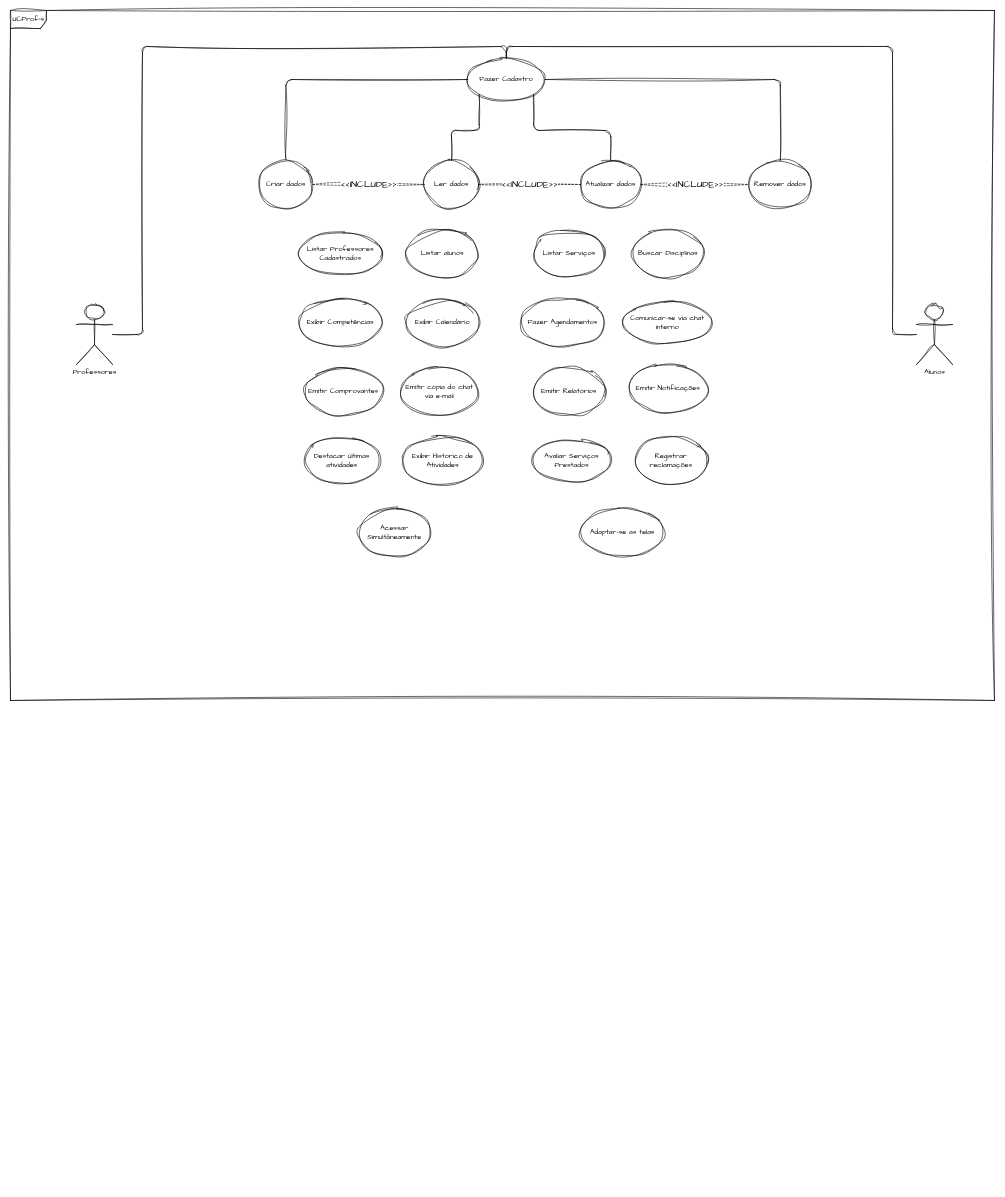
The draw.io diagram Caso de Uso.drawio in gabi-lessa/AnaliseProjetoSistemas, before the edit. Source tidied: cells renumbered, new cells numbered last; positions are measured from the earlier drawing's top-left corner, leaving out a move shared by most shapes. Both pictures are drawn from the tidied source at 60%, with x=0, y=0 at pixel (10, 10).
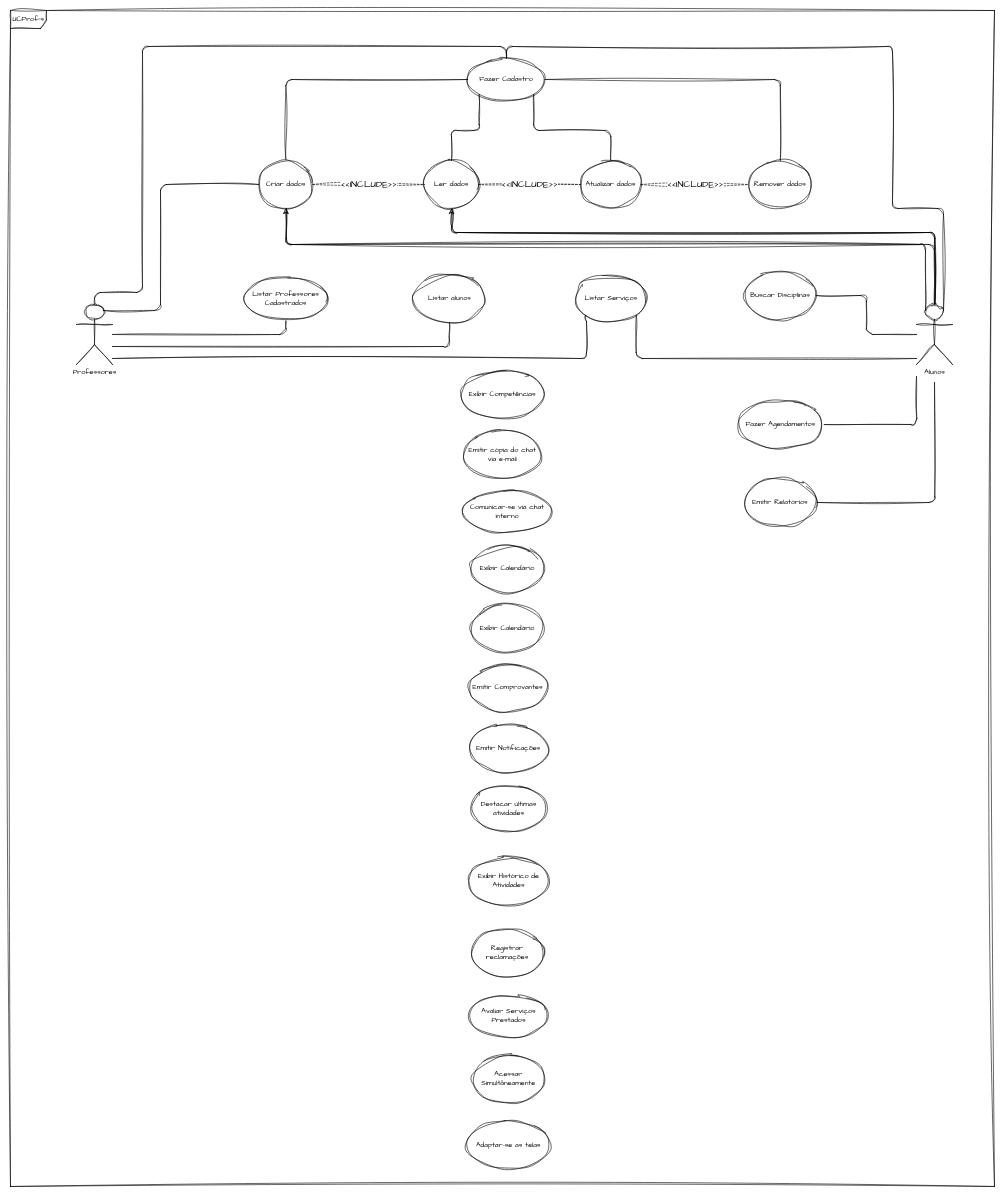
After the change.

Unchanged cells that the change refers to:
```xml
<mxCell id="3" value="Professores" style="shape=umlActor;verticalLabelPosition=bottom;verticalAlign=top;html=1;outlineConnect=0;fontFamily=Architects Daughter;rounded=1;sketch=1;curveFitting=1;jiggle=2;" parent="1" vertex="1">
  <mxGeometry x="110" y="490" width="60" height="100" as="geometry" />
</mxCell>
<mxCell id="5" value="Fazer Cadastro" style="ellipse;whiteSpace=wrap;html=1;fontFamily=Architects Daughter;rounded=1;sketch=1;curveFitting=1;jiggle=2;" parent="1" vertex="1">
  <mxGeometry x="762" y="80" width="129" height="70" as="geometry" />
</mxCell>
<mxCell id="25" value="Ler dados" style="ellipse;whiteSpace=wrap;html=1;fontFamily=Architects Daughter;rounded=1;sketch=1;curveFitting=1;jiggle=2;" parent="1" vertex="1">
  <mxGeometry x="690" y="250" width="90" height="80" as="geometry" />
</mxCell>
<mxCell id="31" value="Criar dados" style="ellipse;whiteSpace=wrap;html=1;fontFamily=Architects Daughter;rounded=1;sketch=1;curveFitting=1;jiggle=2;" parent="1" vertex="1">
  <mxGeometry x="414" y="250" width="90" height="80" as="geometry" />
</mxCell>
<mxCell id="33" value="Alunos" style="shape=umlActor;verticalLabelPosition=bottom;verticalAlign=top;html=1;outlineConnect=0;fontFamily=Architects Daughter;rounded=1;sketch=1;curveFitting=1;jiggle=2;" parent="1" vertex="1">
  <mxGeometry x="1510" y="490" width="60" height="100" as="geometry" />
</mxCell>
```

What changed in the source:
```diff
@@
     <mxCell id="2" value="UCProfºs" style="shape=umlFrame;whiteSpace=wrap;html=1;rounded=1;sketch=1;curveFitting=1;jiggle=2;fontFamily=Architects Daughter;" parent="1" vertex="1">
-      <mxGeometry width="1640" height="1150" as="geometry" />
+      <mxGeometry width="1640" height="1960" as="geometry" />
     </mxCell>
+    <mxCell id="37" style="edgeStyle=orthogonalEdgeStyle;rounded=1;sketch=1;hachureGap=4;jiggle=2;curveFitting=1;jettySize=auto;html=1;entryX=0.5;entryY=1;entryDx=0;entryDy=0;fontFamily=Architects Daughter;fontSize=16;endArrow=none;endFill=0;" parent="1" edge="1" source="3" target="6">
+      <mxGeometry relative="1" as="geometry">
+        <Array as="points">
+          <mxPoint x="459" y="540" />
+        </Array>
+      </mxGeometry>
+    </mxCell>
+    <mxCell id="38" style="edgeStyle=orthogonalEdgeStyle;rounded=1;sketch=1;hachureGap=4;jiggle=2;curveFitting=1;jettySize=auto;html=1;entryX=0.5;entryY=1;entryDx=0;entryDy=0;fontFamily=Architects Daughter;fontSize=16;endArrow=none;endFill=0;" parent="1" edge="1" source="3" target="20">
+      <mxGeometry relative="1" as="geometry">
+        <Array as="points">
+          <mxPoint x="732" y="560" />
+        </Array>
+      </mxGeometry>
+    </mxCell>
+    <mxCell id="39" style="edgeStyle=orthogonalEdgeStyle;rounded=1;sketch=1;hachureGap=4;jiggle=2;curveFitting=1;jettySize=auto;html=1;entryX=0;entryY=1;entryDx=0;entryDy=0;fontFamily=Architects Daughter;fontSize=16;endArrow=none;endFill=0;" parent="1" edge="1" target="13">
+      <mxGeometry relative="1" as="geometry">
+        <mxPoint x="170" y="580" as="sourcePoint" />
+        <Array as="points">
+          <mxPoint x="170" y="580" />
+          <mxPoint x="960" y="580" />
+          <mxPoint x="960" y="508" />
+        </Array>
+      </mxGeometry>
+    </mxCell>
@@
-    <mxCell id="4" style="edgeStyle=orthogonalEdgeStyle;rounded=1;jettySize=auto;html=1;entryX=0.5;entryY=0;entryDx=0;entryDy=0;endArrow=none;endFill=0;sketch=1;curveFitting=1;jiggle=2;" parent="1" edge="1" source="33" target="5">
+    <mxCell id="4" style="edgeStyle=orthogonalEdgeStyle;rounded=1;jettySize=auto;html=1;entryX=0.5;entryY=0;entryDx=0;entryDy=0;endArrow=none;endFill=0;sketch=1;curveFitting=1;jiggle=2;exitX=0.75;exitY=0.1;exitDx=0;exitDy=0;exitPerimeter=0;" parent="1" edge="1" source="33" target="5">
       <mxGeometry relative="1" as="geometry">
         <Array as="points">
-          <mxPoint x="1470" y="540" />
+          <mxPoint x="1555" y="330" />
+          <mxPoint x="1470" y="330" />
           <mxPoint x="1470" y="60" />
           <mxPoint x="827" y="60" />
         </Array>
       </mxGeometry>
     </mxCell>
@@
     <mxCell id="6" value="Listar Professores Cadastrados" style="ellipse;whiteSpace=wrap;html=1;fontFamily=Architects Daughter;rounded=1;sketch=1;curveFitting=1;jiggle=2;" parent="1" vertex="1">
-      <mxGeometry x="480" y="370" width="140" height="70" as="geometry" />
+      <mxGeometry x="389" y="445" width="140" height="70" as="geometry" />
     </mxCell>
     <mxCell id="7" value="Avaliar Serviços Prestados" style="ellipse;whiteSpace=wrap;html=1;fontFamily=Architects Daughter;rounded=1;sketch=1;curveFitting=1;jiggle=2;" parent="1" vertex="1">
-      <mxGeometry x="870" y="715" width="131" height="70" as="geometry" />
+      <mxGeometry x="764.5" y="1641" width="131" height="70" as="geometry" />
     </mxCell>
     <mxCell id="8" value="Comunicar-se via chat interno" style="ellipse;whiteSpace=wrap;html=1;fontFamily=Architects Daughter;rounded=1;sketch=1;curveFitting=1;jiggle=2;" parent="1" vertex="1">
-      <mxGeometry x="1020" y="485" width="150" height="70" as="geometry" />
+      <mxGeometry x="753" y="800" width="150" height="70" as="geometry" />
     </mxCell>
     <mxCell id="9" value="Exibir Calendário" style="ellipse;whiteSpace=wrap;html=1;fontFamily=Architects Daughter;rounded=1;sketch=1;curveFitting=1;jiggle=2;" parent="1" vertex="1">
-      <mxGeometry x="660" y="480" width="120" height="80" as="geometry" />
+      <mxGeometry x="768" y="890" width="120" height="80" as="geometry" />
     </mxCell>
     <mxCell id="10" value="Exibir Competências" style="ellipse;whiteSpace=wrap;html=1;fontFamily=Architects Daughter;rounded=1;sketch=1;curveFitting=1;jiggle=2;" parent="1" vertex="1">
-      <mxGeometry x="480" y="480" width="140" height="80" as="geometry" />
+      <mxGeometry x="750" y="600" width="140" height="80" as="geometry" />
     </mxCell>
+    <mxCell id="40" style="edgeStyle=orthogonalEdgeStyle;rounded=1;sketch=1;hachureGap=4;jiggle=2;curveFitting=1;jettySize=auto;html=1;fontFamily=Architects Daughter;fontSize=16;endArrow=none;endFill=0;" parent="1" edge="1" source="11">
+      <mxGeometry relative="1" as="geometry">
+        <mxPoint x="1540" y="620" as="targetPoint" />
+      </mxGeometry>
+    </mxCell>
     <mxCell id="11" value="Emitir Relatórios" style="ellipse;whiteSpace=wrap;html=1;fontFamily=Architects Daughter;rounded=1;sketch=1;curveFitting=1;jiggle=2;" parent="1" vertex="1">
-      <mxGeometry x="871" y="595" width="120" height="80" as="geometry" />
+      <mxGeometry x="1223" y="780" width="120" height="80" as="geometry" />
     </mxCell>
+    <mxCell id="41" style="edgeStyle=orthogonalEdgeStyle;rounded=1;sketch=1;hachureGap=4;jiggle=2;curveFitting=1;jettySize=auto;html=1;fontFamily=Architects Daughter;fontSize=16;endArrow=none;endFill=0;" parent="1" edge="1" source="12">
+      <mxGeometry relative="1" as="geometry">
+        <mxPoint x="1510" y="610" as="targetPoint" />
+      </mxGeometry>
+    </mxCell>
     <mxCell id="12" value="Fazer Agendamentos" style="ellipse;whiteSpace=wrap;html=1;fontFamily=Architects Daughter;rounded=1;sketch=1;curveFitting=1;jiggle=2;" parent="1" vertex="1">
-      <mxGeometry x="850" y="480" width="141" height="80" as="geometry" />
+      <mxGeometry x="1212.5" y="650" width="141" height="80" as="geometry" />
     </mxCell>
     <mxCell id="13" value="Listar Serviços" style="ellipse;whiteSpace=wrap;html=1;fontFamily=Architects Daughter;rounded=1;sketch=1;curveFitting=1;jiggle=2;" parent="1" vertex="1">
-      <mxGeometry x="871" y="365" width="120" height="80" as="geometry" />
+      <mxGeometry x="940.5" y="440" width="120" height="80" as="geometry" />
     </mxCell>
     <mxCell id="14" value="Emitir Comprovantes" style="ellipse;whiteSpace=wrap;html=1;fontFamily=Architects Daughter;rounded=1;sketch=1;curveFitting=1;jiggle=2;" parent="1" vertex="1">
-      <mxGeometry x="490" y="595" width="130" height="80" as="geometry" />
+      <mxGeometry x="764" y="1089" width="130" height="80" as="geometry" />
     </mxCell>
     <mxCell id="15" value="Buscar Disciplinas" style="ellipse;whiteSpace=wrap;html=1;fontFamily=Architects Daughter;rounded=1;sketch=1;curveFitting=1;jiggle=2;" parent="1" vertex="1">
-      <mxGeometry x="1036" y="365" width="120" height="80" as="geometry" />
+      <mxGeometry x="1223" y="435" width="120" height="80" as="geometry" />
     </mxCell>
-    <mxCell id="16" value="Emitir Notificações" style="ellipse;whiteSpace=wrap;html=1;fontFamily=Architects Daughter;rounded=1;sketch=1;curveFitting=1;jiggle=2;" parent="1" vertex="1">
-      <mxGeometry x="1030" y="590" width="132" height="80" as="geometry" />
-    </mxCell>
     <mxCell id="17" value="Exibir Histórico de Atividades" style="ellipse;whiteSpace=wrap;html=1;fontFamily=Architects Daughter;rounded=1;sketch=1;curveFitting=1;jiggle=2;" parent="1" vertex="1">
-      <mxGeometry x="652.8" y="710" width="134.5" height="80" as="geometry" />
+      <mxGeometry x="762.8" y="1411" width="134.5" height="80" as="geometry" />
     </mxCell>
     <mxCell id="18" value="Acessar Simultâneamente" style="ellipse;whiteSpace=wrap;html=1;fontFamily=Architects Daughter;rounded=1;sketch=1;curveFitting=1;jiggle=2;" parent="1" vertex="1">
-      <mxGeometry x="580" y="830" width="120" height="80" as="geometry" />
+      <mxGeometry x="770" y="1741" width="120" height="80" as="geometry" />
     </mxCell>
     <mxCell id="19" value="Adaptar-se as telas" style="ellipse;whiteSpace=wrap;html=1;fontFamily=Architects Daughter;rounded=1;sketch=1;curveFitting=1;jiggle=2;" parent="1" vertex="1">
-      <mxGeometry x="950" y="830" width="140" height="80" as="geometry" />
+      <mxGeometry x="760" y="1851" width="140" height="80" as="geometry" />
     </mxCell>
     <mxCell id="20" value="Listar alunos" style="ellipse;whiteSpace=wrap;html=1;fontFamily=Architects Daughter;rounded=1;sketch=1;curveFitting=1;jiggle=2;" parent="1" vertex="1">
-      <mxGeometry x="660" y="365" width="120" height="80" as="geometry" />
+      <mxGeometry x="671.5" y="440" width="120" height="80" as="geometry" />
     </mxCell>
     <mxCell id="21" value="Registrar reclamações" style="ellipse;whiteSpace=wrap;html=1;fontFamily=Architects Daughter;rounded=1;sketch=1;curveFitting=1;jiggle=2;" parent="1" vertex="1">
-      <mxGeometry x="1040" y="710" width="122" height="80" as="geometry" />
+      <mxGeometry x="767" y="1531" width="122" height="80" as="geometry" />
     </mxCell>
     <mxCell id="22" value="Destacar últimas atividades" style="ellipse;whiteSpace=wrap;html=1;fontFamily=Architects Daughter;rounded=1;sketch=1;curveFitting=1;jiggle=2;" parent="1" vertex="1">
-      <mxGeometry x="490" y="710" width="125" height="80" as="geometry" />
+      <mxGeometry x="767.5" y="1290" width="125" height="80" as="geometry" />
     </mxCell>
     <mxCell id="23" value="Emitir cópia do chat via e-mail" style="ellipse;whiteSpace=wrap;html=1;fontFamily=Architects Daughter;rounded=1;sketch=1;curveFitting=1;jiggle=2;" parent="1" vertex="1">
-      <mxGeometry x="650" y="595" width="130" height="80" as="geometry" />
+      <mxGeometry x="755" y="700" width="130" height="80" as="geometry" />
     </mxCell>
@@
+    <mxCell id="42" style="edgeStyle=orthogonalEdgeStyle;rounded=1;sketch=1;hachureGap=4;jiggle=2;curveFitting=1;jettySize=auto;html=1;entryX=0.75;entryY=0.1;entryDx=0;entryDy=0;entryPerimeter=0;fontFamily=Architects Daughter;fontSize=16;endArrow=none;endFill=0;" parent="1" edge="1" source="31" target="3">
+      <mxGeometry relative="1" as="geometry">
+        <Array as="points">
+          <mxPoint x="250" y="290" />
+          <mxPoint x="250" y="500" />
+        </Array>
+      </mxGeometry>
+    </mxCell>
@@
-    <mxCell id="32" style="edgeStyle=orthogonalEdgeStyle;rounded=1;jettySize=auto;html=1;entryX=0.5;entryY=0;entryDx=0;entryDy=0;endArrow=none;endFill=0;sketch=1;curveFitting=1;jiggle=2;" parent="1" edge="1" source="3" target="5">
+    <mxCell id="32" style="edgeStyle=orthogonalEdgeStyle;rounded=1;jettySize=auto;html=1;entryX=0.5;entryY=0;entryDx=0;entryDy=0;endArrow=none;endFill=0;sketch=1;curveFitting=1;jiggle=2;exitX=0.5;exitY=0;exitDx=0;exitDy=0;exitPerimeter=0;" parent="1" edge="1" source="3" target="5">
       <mxGeometry relative="1" as="geometry">
         <Array as="points">
-          <mxPoint x="220" y="540" />
+          <mxPoint x="140" y="470" />
+          <mxPoint x="220" y="470" />
           <mxPoint x="220" y="60" />
           <mxPoint x="827" y="60" />
         </Array>
       </mxGeometry>
     </mxCell>
+    <mxCell id="43" style="edgeStyle=orthogonalEdgeStyle;rounded=1;sketch=1;hachureGap=4;jiggle=2;curveFitting=1;jettySize=auto;html=1;entryX=1;entryY=1;entryDx=0;entryDy=0;fontFamily=Architects Daughter;fontSize=16;endArrow=none;endFill=0;" parent="1" edge="1" source="33" target="13">
+      <mxGeometry relative="1" as="geometry">
+        <Array as="points">
+          <mxPoint x="1043" y="580" />
+        </Array>
+      </mxGeometry>
+    </mxCell>
+    <mxCell id="44" style="edgeStyle=orthogonalEdgeStyle;rounded=1;sketch=1;hachureGap=4;jiggle=2;curveFitting=1;jettySize=auto;html=1;entryX=0.5;entryY=1;entryDx=0;entryDy=0;fontFamily=Architects Daughter;fontSize=16;" parent="1" edge="1" source="33" target="31">
+      <mxGeometry relative="1" as="geometry">
+        <Array as="points">
+          <mxPoint x="1540" y="390" />
+          <mxPoint x="459" y="390" />
+        </Array>
+      </mxGeometry>
+    </mxCell>
+    <mxCell id="45" style="edgeStyle=orthogonalEdgeStyle;rounded=1;sketch=1;hachureGap=4;jiggle=2;curveFitting=1;jettySize=auto;html=1;entryX=0.5;entryY=1;entryDx=0;entryDy=0;fontFamily=Architects Daughter;fontSize=16;" parent="1" edge="1" source="33" target="25">
+      <mxGeometry relative="1" as="geometry">
+        <Array as="points">
+          <mxPoint x="1540" y="370" />
+          <mxPoint x="735" y="370" />
+        </Array>
+      </mxGeometry>
+    </mxCell>
+    <mxCell id="46" style="edgeStyle=orthogonalEdgeStyle;rounded=1;sketch=1;hachureGap=4;jiggle=2;curveFitting=1;jettySize=auto;html=1;entryX=1;entryY=0.5;entryDx=0;entryDy=0;fontFamily=Architects Daughter;fontSize=16;endArrow=none;endFill=0;" parent="1" edge="1" source="33" target="15">
+      <mxGeometry relative="1" as="geometry" />
+    </mxCell>
@@
+    <mxCell id="47" style="edgeStyle=orthogonalEdgeStyle;rounded=1;sketch=1;hachureGap=4;jiggle=2;curveFitting=1;orthogonalLoop=1;jettySize=auto;html=1;entryX=0.5;entryY=1;entryDx=0;entryDy=0;fontFamily=Architects Daughter;fontSize=16;endArrow=none;endFill=0;" parent="1" edge="1">
+      <mxGeometry relative="1" as="geometry">
+        <mxPoint x="1541" y="490" as="sourcePoint" />
+        <mxPoint x="736" y="330" as="targetPoint" />
+        <Array as="points">
+          <mxPoint x="1541" y="370" />
+          <mxPoint x="736" y="370" />
+        </Array>
+      </mxGeometry>
+    </mxCell>
+    <mxCell id="48" style="edgeStyle=orthogonalEdgeStyle;rounded=1;sketch=1;hachureGap=4;jiggle=2;curveFitting=1;jettySize=auto;html=1;entryX=0.5;entryY=1;entryDx=0;entryDy=0;fontFamily=Architects Daughter;fontSize=16;endArrow=none;endFill=0;exitX=0.25;exitY=0.1;exitDx=0;exitDy=0;exitPerimeter=0;" parent="1" edge="1" source="33">
+      <mxGeometry relative="1" as="geometry">
+        <mxPoint x="460" y="330" as="targetPoint" />
+        <Array as="points">
+          <mxPoint x="1525" y="390" />
+          <mxPoint x="460" y="390" />
+        </Array>
+      </mxGeometry>
+    </mxCell>
+    <mxCell id="49" style="edgeStyle=orthogonalEdgeStyle;rounded=1;sketch=1;hachureGap=4;jiggle=2;curveFitting=1;orthogonalLoop=1;jettySize=auto;html=1;exitX=0.5;exitY=1;exitDx=0;exitDy=0;fontFamily=Architects Daughter;fontSize=16;" parent="1" edge="1">
+      <mxGeometry relative="1" as="geometry">
+        <mxPoint x="884" y="1060" as="sourcePoint" />
+        <mxPoint x="884" y="1060" as="targetPoint" />
+      </mxGeometry>
+    </mxCell>
+    <mxCell id="16" value="Emitir Notificações" style="ellipse;whiteSpace=wrap;html=1;fontFamily=Architects Daughter;rounded=1;sketch=1;curveFitting=1;jiggle=2;" parent="1" vertex="1">
+      <mxGeometry x="764" y="1190" width="132" height="80" as="geometry" />
+    </mxCell>
+    <mxCell id="50" value="Exibir Calendário" style="ellipse;whiteSpace=wrap;html=1;fontFamily=Architects Daughter;rounded=1;sketch=1;curveFitting=1;jiggle=2;" parent="1" vertex="1">
+      <mxGeometry x="768" y="990" width="120" height="80" as="geometry" />
+    </mxCell>
```
